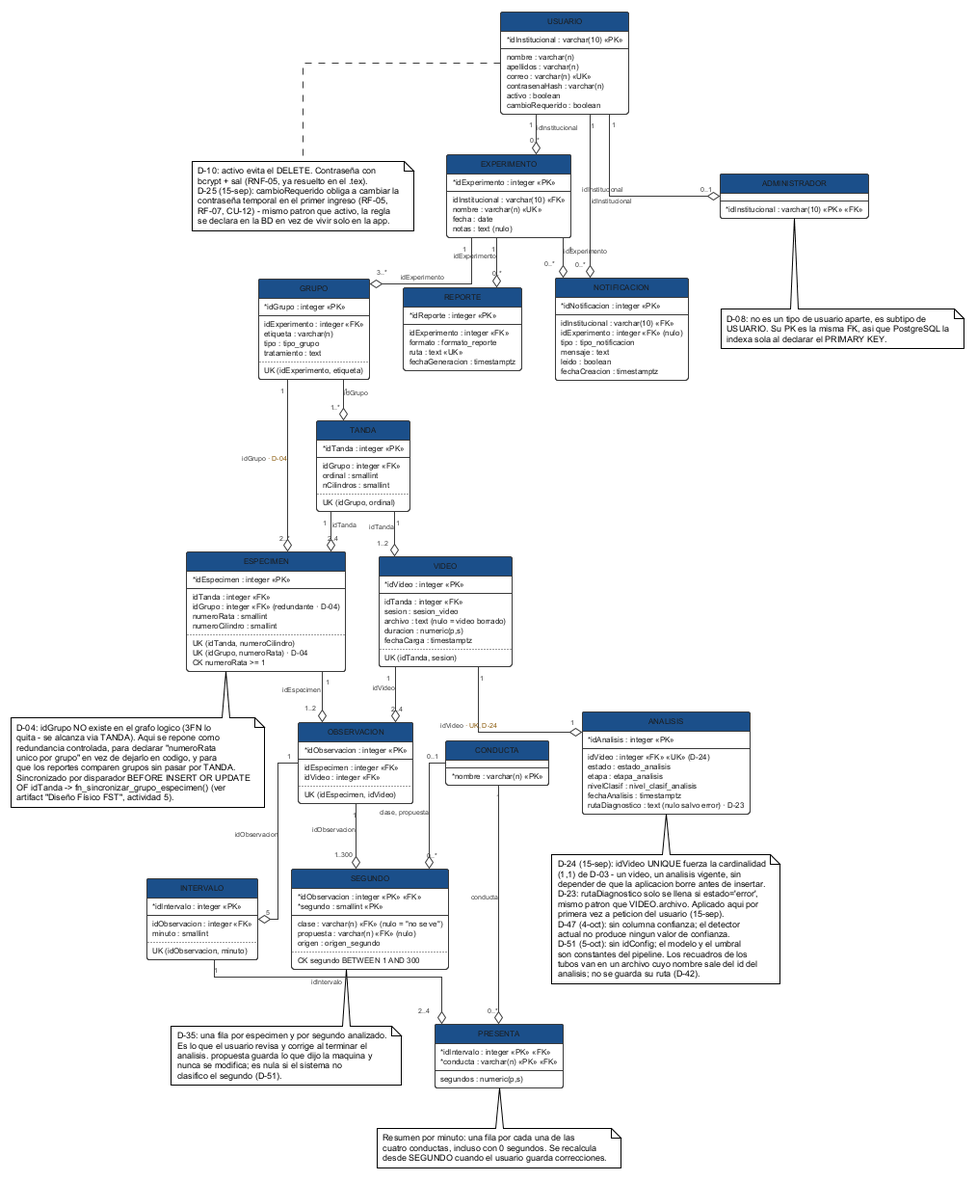
Above: figures/mermaid/esquema_fisico.png in ErickJester/fst-ai-system-latex (PlantUML), before the change.
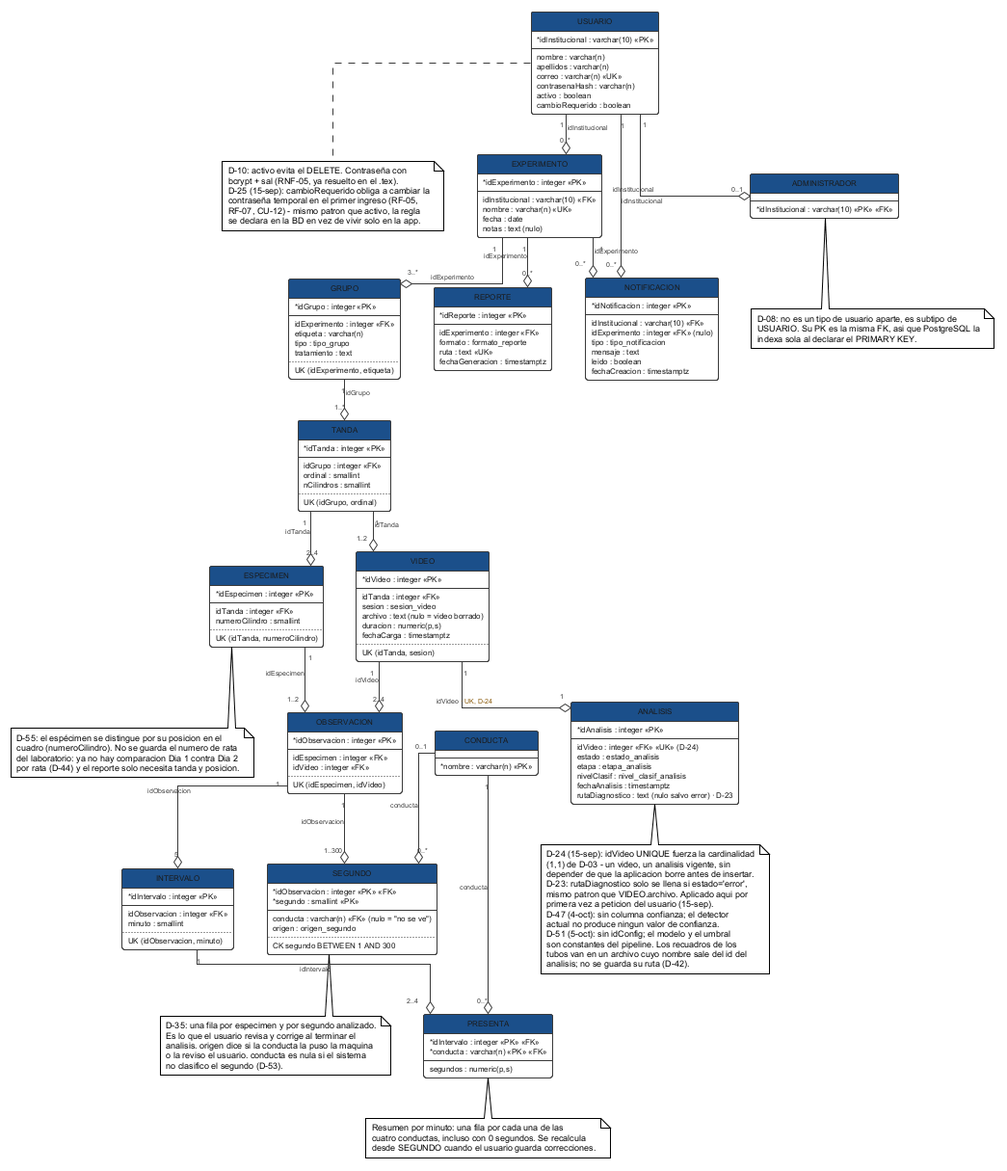
Above is the later version.

What changed in the source:
```diff
@@ -85,23 +85,15 @@
   * idEspecimen : integer <<PK>>
   --
   idTanda : integer <<FK>>
-  idGrupo : integer <<FK>> (redundante · D-04)
-  numeroRata : smallint
   numeroCilindro : smallint
   ..
   UK (idTanda, numeroCilindro)
-  UK (idGrupo, numeroRata) · D-04
-  CK numeroRata >= 1
 }
 note bottom of ESPECIMEN
-  D-04: idGrupo NO existe en el grafo logico (3FN lo
-  quita - se alcanza via TANDA). Aqui se repone como
-  redundancia controlada, para declarar "numeroRata
-  unico por grupo" en vez de dejarlo en codigo, y para
-  que los reportes comparen grupos sin pasar por TANDA.
-  Sincronizado por disparador BEFORE INSERT OR UPDATE
-  OF idTanda -> fn_sincronizar_grupo_especimen() (ver
-  artifact "Diseño Físico FST", actividad 5).
+  D-55: el espécimen se distingue por su posicion en el
+  cuadro (numeroCilindro). No se guarda el numero de rata
+  del laboratorio: ya no hay comparacion Dia 1 contra Dia 2
+  por rata (D-44) y el reporte solo necesita tanda y posicion.
 end note
 
 entity VIDEO {
@@ -179,8 +171,7 @@
   * idObservacion : integer <<PK>> <<FK>>
   * segundo : smallint <<PK>>
   --
-  clase : varchar(n) <<FK>> (nulo = "no se ve")
-  propuesta : varchar(n) <<FK>> (nulo)
+  conducta : varchar(n) <<FK>> (nulo = "no se ve")
   origen : origen_segundo
   ..
   CK segundo BETWEEN 1 AND 300
@@ -188,9 +179,9 @@
 note bottom of SEGUNDO
   D-35: una fila por especimen y por segundo analizado.
   Es lo que el usuario revisa y corrige al terminar el
-  analisis. propuesta guarda lo que dijo la maquina y
-  nunca se modifica; es nula si el sistema no
-  clasifico el segundo (D-51).
+  analisis. origen dice si la conducta la puso la maquina
+  o la reviso el usuario. conducta es nula si el sistema
+  no clasifico el segundo (D-53).
 end note
 
 entity ADMINISTRADOR {
@@ -233,8 +224,6 @@
 EXPERIMENTO    "1" --o "0..*" NOTIFICACION               : idExperimento
 
 GRUPO          "1" --o "1..*" TANDA                     : idGrupo
-GRUPO          "1" --o "2..*" ESPECIMEN                 : idGrupo <color:#8A5A0B>· D-04</color>
-
 TANDA          "1" --o "2..4" ESPECIMEN                 : idTanda
 TANDA          "1" --o "1..2" VIDEO                     : idTanda
 
@@ -248,6 +237,6 @@
 CONDUCTA       "1" --o "0..*" PRESENTA                  : conducta
 
 OBSERVACION    "1" --o "1..300" SEGUNDO                 : idObservacion
-CONDUCTA       "0..1" --o "0..*" SEGUNDO                : clase, propuesta
+CONDUCTA       "0..1" --o "0..*" SEGUNDO                : conducta
 
 @enduml
```
